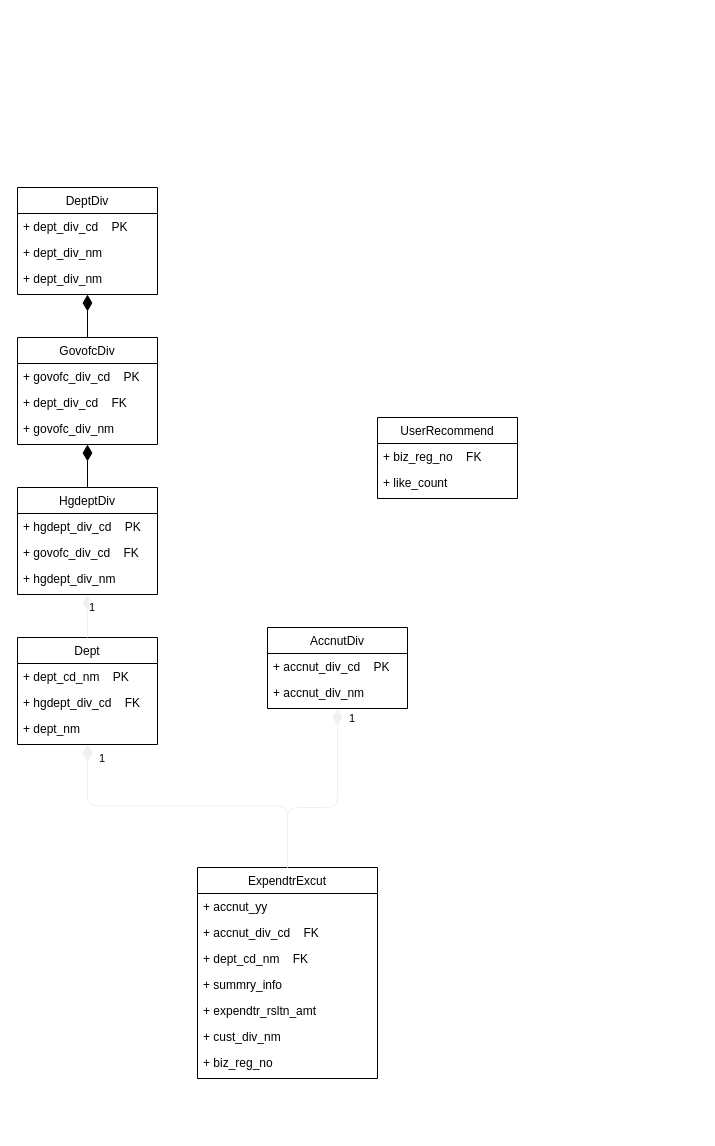
Above: document/uml_data_modeling.drawio in pengm2ng/AJOU_DATABASE_JMT (draw.io), before the change. Source tidied: cells renumbered, new cells numbered last; positions are measured from the earlier drawing's top-left corner, leaving out a move shared by most shapes. Both pictures are drawn from the tidied source at 100%, with x=0, y=0 at pixel (17, 187).
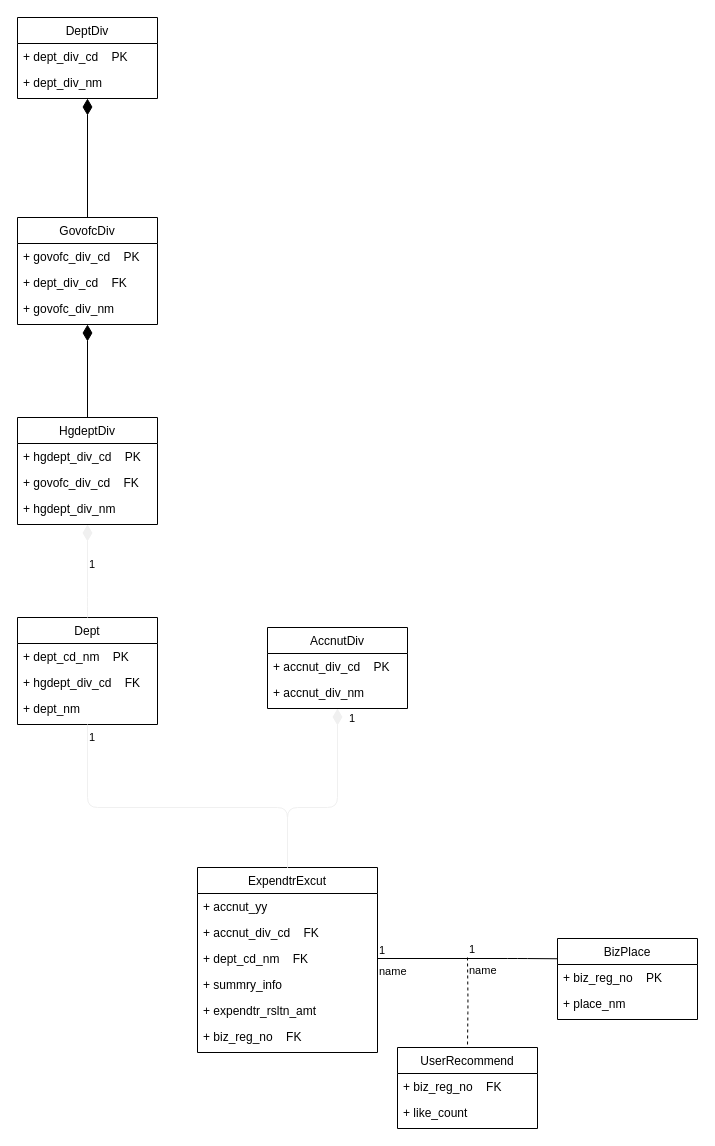
The same diagram, later.

Commit message (it also covers changes not shown here):
add: rel, sys diagram

The change refers to these unchanged cells:
```xml
<mxCell id="5" value="+ dept_cd_nm    FK" style="text;strokeColor=none;fillColor=none;align=left;verticalAlign=top;spacingLeft=4;spacingRight=4;overflow=hidden;points=[[0,0.5],[1,0.5]];portConstraint=eastwest;" parent="2" vertex="1">
  <mxGeometry y="78" width="180" height="26" as="geometry" />
</mxCell>
```

Diff of the diagram source:
```diff
@@
     <mxCell id="2" value="ExpendtrExcut" style="swimlane;fontStyle=0;horizontal=1;startSize=26;fillColor=none;" parent="1" vertex="1">
-      <mxGeometry x="180" y="680" width="180" height="211" as="geometry" />
+      <mxGeometry x="180" y="680" width="180" height="185" as="geometry" />
     </mxCell>
@@
-    <mxCell id="8" value="+ cust_div_nm" style="text;strokeColor=none;fillColor=none;align=left;verticalAlign=top;spacingLeft=4;spacingRight=4;overflow=hidden;" parent="2" vertex="1">
-      <mxGeometry y="156" width="180" height="26" as="geometry" />
-    </mxCell>
-    <mxCell id="9" value="+ biz_reg_no" style="text;strokeColor=none;fillColor=none;align=left;verticalAlign=top;spacingLeft=4;spacingRight=4;overflow=hidden;" parent="2" vertex="1">
-      <mxGeometry y="182" width="180" height="26" as="geometry" />
+    <mxCell id="9" value="+ biz_reg_no    FK" style="text;strokeColor=none;fillColor=none;align=left;verticalAlign=top;spacingLeft=4;spacingRight=4;overflow=hidden;" parent="2" vertex="1">
+      <mxGeometry y="156" width="180" height="26" as="geometry" />
     </mxCell>
@@
     <mxCell id="11" value="DeptDiv" style="swimlane;fontStyle=0;horizontal=1;startSize=26;fillColor=none;" parent="1" vertex="1">
-      <mxGeometry width="140" height="107" as="geometry" />
+      <mxGeometry y="-170" width="140" height="81" as="geometry" />
     </mxCell>
@@
-    <mxCell id="13" value="+ dept_div_nm" style="text;strokeColor=none;fillColor=none;align=left;verticalAlign=top;spacingLeft=4;spacingRight=4;overflow=hidden;" parent="11" vertex="1">
-      <mxGeometry y="52" width="140" height="26" as="geometry" />
-    </mxCell>
     <mxCell id="14" value="+ dept_div_nm" style="text;strokeColor=none;fillColor=none;align=left;verticalAlign=top;spacingLeft=4;spacingRight=4;overflow=hidden;" parent="11" vertex="1">
-      <mxGeometry y="78" width="140" height="26" as="geometry" />
+      <mxGeometry y="52" width="140" height="26" as="geometry" />
     </mxCell>
@@
     <mxCell id="16" value="GovofcDiv" style="swimlane;fontStyle=0;horizontal=1;startSize=26;fillColor=none;" parent="1" vertex="1">
-      <mxGeometry y="150" width="140" height="107" as="geometry" />
+      <mxGeometry y="30" width="140" height="107" as="geometry" />
     </mxCell>
@@
     <mxCell id="20" value="HgdeptDiv" style="swimlane;fontStyle=0;horizontal=1;startSize=26;fillColor=none;" parent="1" vertex="1">
-      <mxGeometry y="300" width="140" height="107" as="geometry" />
+      <mxGeometry y="230" width="140" height="107" as="geometry" />
     </mxCell>
@@
     <mxCell id="24" value="Dept" style="swimlane;fontStyle=0;horizontal=1;startSize=26;fillColor=none;" parent="1" vertex="1">
-      <mxGeometry y="450" width="140" height="107" as="geometry" />
+      <mxGeometry y="430" width="140" height="107" as="geometry" />
     </mxCell>
@@
-    <mxCell id="31" value="1" style="endArrow=none;html=1;endSize=12;startArrow=diamondThin;startSize=14;startFill=1;edgeStyle=orthogonalEdgeStyle;align=left;verticalAlign=bottom;strokeColor=#f0f0f0;endFill=0;entryX=0.5;entryY=0;entryDx=0;entryDy=0;exitX=0.5;exitY=1;exitDx=0;exitDy=0;" parent="1" edge="1" source="24" target="2">
-      <mxGeometry x="-0.86" y="10" relative="1" as="geometry" />
+    <mxCell id="31" value="1" style="endArrow=none;endSize=12;startArrow=none;startSize=14;startFill=0;edgeStyle=orthogonalEdgeStyle;align=left;verticalAlign=bottom;strokeColor=#f0f0f0;endFill=0;entryX=0.5;entryY=0;entryDx=0;entryDy=0;exitX=0.5;exitY=1;exitDx=0;exitDy=0;html=1;" parent="1" edge="1" source="24" target="2">
+      <mxGeometry x="-0.87" relative="1" as="geometry">
+        <Array as="points">
+          <mxPoint x="70" y="620" />
+          <mxPoint x="270" y="620" />
+        </Array>
+      </mxGeometry>
     </mxCell>
@@
     <mxCell id="34" value="UserRecommend" style="swimlane;fontStyle=0;horizontal=1;startSize=26;fillColor=none;" parent="1" vertex="1">
-      <mxGeometry x="360" y="230" width="140" height="81" as="geometry" />
+      <mxGeometry x="380" y="860" width="140" height="81" as="geometry" />
     </mxCell>
@@
+    <mxCell id="37" value="BizPlace" style="swimlane;fontStyle=0;horizontal=1;startSize=26;fillColor=none;" parent="1" vertex="1">
+      <mxGeometry x="540" y="751" width="140" height="81" as="geometry" />
+    </mxCell>
+    <mxCell id="38" value="+ biz_reg_no    PK" style="text;strokeColor=none;fillColor=none;align=left;verticalAlign=top;spacingLeft=4;spacingRight=4;overflow=hidden;" parent="37" vertex="1">
+      <mxGeometry y="26" width="140" height="26" as="geometry" />
+    </mxCell>
+    <mxCell id="39" value="+ place_nm" style="text;strokeColor=none;fillColor=none;align=left;verticalAlign=top;spacingLeft=4;spacingRight=4;overflow=hidden;" parent="37" vertex="1">
+      <mxGeometry y="52" width="140" height="26" as="geometry" />
+    </mxCell>
+    <mxCell id="40" value="name" style="endArrow=none;endFill=0;html=1;edgeStyle=orthogonalEdgeStyle;align=left;verticalAlign=top;exitX=1;exitY=0.5;exitDx=0;exitDy=0;entryX=0;entryY=0.25;entryDx=0;entryDy=0;" parent="1" edge="1" source="5" target="37">
+      <mxGeometry x="-1" relative="1" as="geometry">
+        <Array as="points">
+          <mxPoint x="500" y="771" />
+          <mxPoint x="500" y="771" />
+        </Array>
+      </mxGeometry>
+    </mxCell>
+    <mxCell id="41" value="1" style="edgeLabel;html=1;align=left;verticalAlign=bottom;" parent="40" vertex="1">
+      <mxGeometry x="-1" relative="1" as="geometry" />
+    </mxCell>
+    <mxCell id="42" value="name" style="endArrow=none;endFill=0;html=1;edgeStyle=orthogonalEdgeStyle;align=left;verticalAlign=top;entryX=0.5;entryY=0;entryDx=0;entryDy=0;dashed=1;" parent="1" edge="1" target="34">
+      <mxGeometry x="-1" relative="1" as="geometry">
+        <mxPoint x="450" y="770" as="sourcePoint" />
+      </mxGeometry>
+    </mxCell>
+    <mxCell id="43" value="1" style="edgeLabel;html=1;align=left;verticalAlign=bottom;" parent="42" vertex="1">
+      <mxGeometry x="-1" relative="1" as="geometry" />
+    </mxCell>
```
